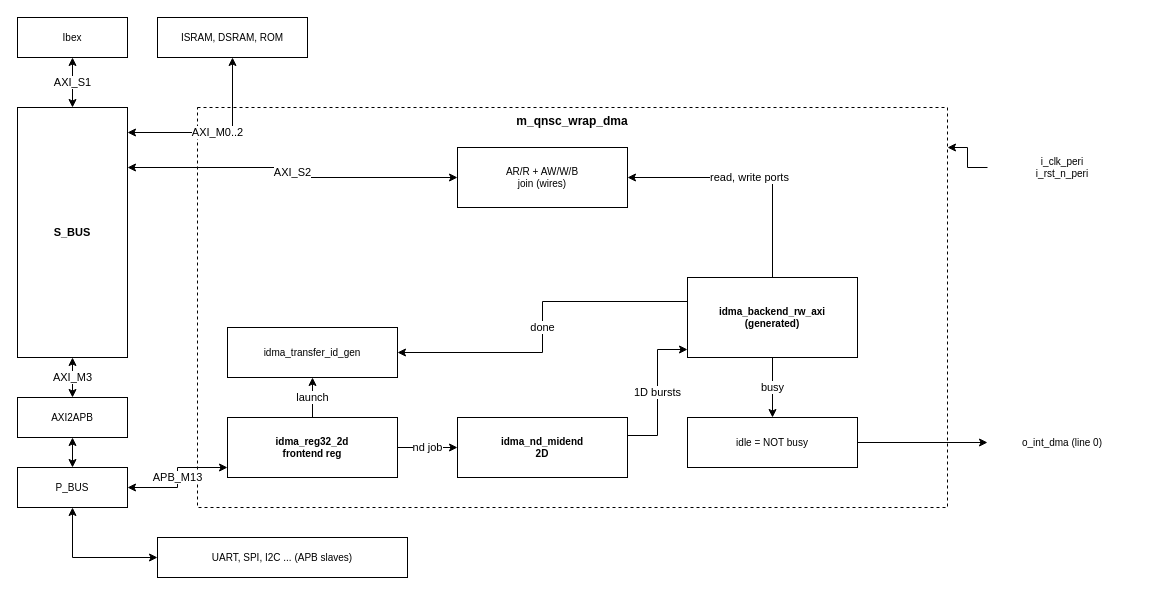
Above: page "DMA in QSOC" (1 of 2) of doc/figures/drawio/QNSC_DMA.drawio in quynhonsemiconductor/vlsi_deep_training (draw.io), before the change. Source tidied: cells renumbered, new cells numbered last; positions are measured from the earlier drawing's top-left corner, leaving out a move shared by most shapes. Both pictures are drawn from the tidied source at 100%, with x=0, y=0 at pixel (17, 17).
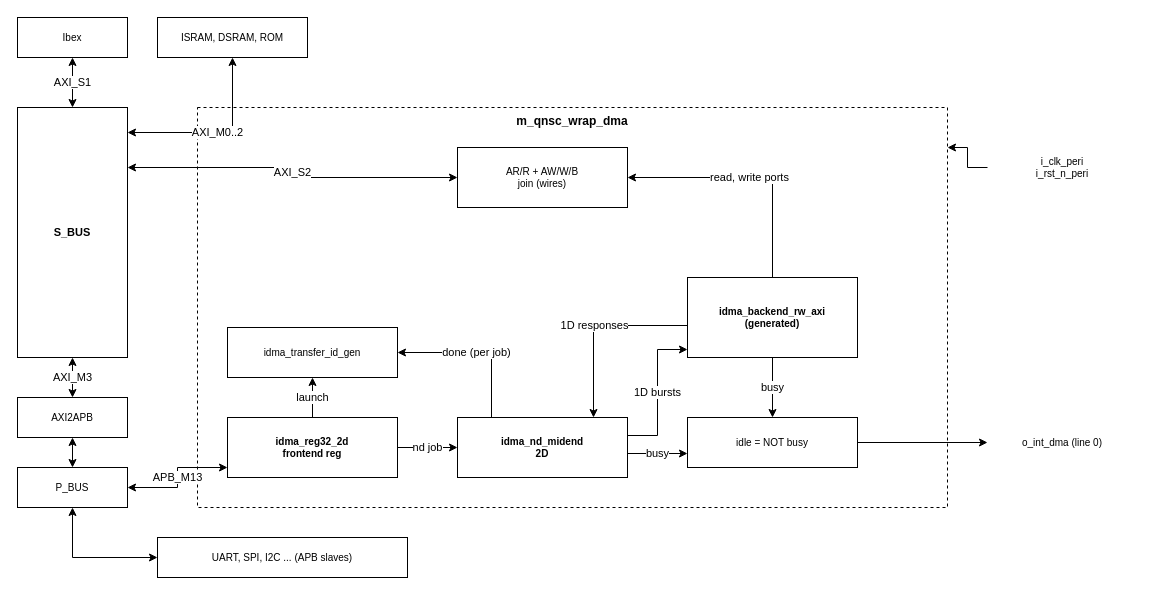
The same diagram, later.

Unchanged cells that the change refers to:
```xml
<mxCell id="10" value="idma_transfer_id_gen" style="rounded=0;whiteSpace=wrap;html=1;fillColor=#ffffff;strokeColor=#000000;fontSize=10;dashed=0;verticalAlign=middle;" parent="1" vertex="1">
  <mxGeometry x="210" y="310" width="170" height="50" as="geometry" />
</mxCell>
<mxCell id="11" value="idma_nd_midend&#10;2D" style="rounded=0;whiteSpace=wrap;html=1;fillColor=#ffffff;strokeColor=#000000;fontSize=10;dashed=0;fontStyle=1;verticalAlign=middle;" parent="1" vertex="1">
  <mxGeometry x="440" y="400" width="170" height="60" as="geometry" />
</mxCell>
<mxCell id="12" value="idma_backend_rw_axi&#10;(generated)" style="rounded=0;whiteSpace=wrap;html=1;fillColor=#ffffff;strokeColor=#000000;fontSize=10;dashed=0;fontStyle=1;verticalAlign=middle;" parent="1" vertex="1">
  <mxGeometry x="670" y="260" width="170" height="80" as="geometry" />
</mxCell>
<mxCell id="14" value="idle = NOT busy" style="rounded=0;whiteSpace=wrap;html=1;fillColor=#ffffff;strokeColor=#000000;fontSize=10;dashed=0;verticalAlign=middle;" parent="1" vertex="1">
  <mxGeometry x="670" y="400" width="170" height="50" as="geometry" />
</mxCell>
```

What changed in the source:
```diff
@@
-    <mxCell id="29" value="done" style="edgeStyle=orthogonalEdgeStyle;rounded=0;html=1;exitX=0.0;exitY=0.3;entryX=1.0;entryY=0.5;exitDx=0;exitDy=0;entryDx=0;entryDy=0;" parent="1" edge="1" source="12" target="10">
-      <mxGeometry relative="1" as="geometry" />
-    </mxCell>
+    <mxCell id="32" value="1D responses" style="edgeStyle=orthogonalEdgeStyle;rounded=0;html=1;exitX=0.0;exitY=0.6;entryX=0.8;entryY=0.0;exitDx=0;exitDy=0;entryDx=0;entryDy=0;" parent="1" edge="1" source="12" target="11">
+      <mxGeometry relative="1" as="geometry" />
+    </mxCell>
+    <mxCell id="33" value="done (per job)" style="edgeStyle=orthogonalEdgeStyle;rounded=0;html=1;exitX=0.2;exitY=0.0;entryX=1.0;entryY=0.5;exitDx=0;exitDy=0;entryDx=0;entryDy=0;" parent="1" edge="1" source="11" target="10">
+      <mxGeometry relative="1" as="geometry" />
+    </mxCell>
+    <mxCell id="34" value="busy" style="edgeStyle=orthogonalEdgeStyle;rounded=0;html=1;exitX=1.0;exitY=0.6;entryX=0.0;entryY=0.72;exitDx=0;exitDy=0;entryDx=0;entryDy=0;" parent="1" edge="1" source="11" target="14">
+      <mxGeometry relative="1" as="geometry" />
+    </mxCell>
```
